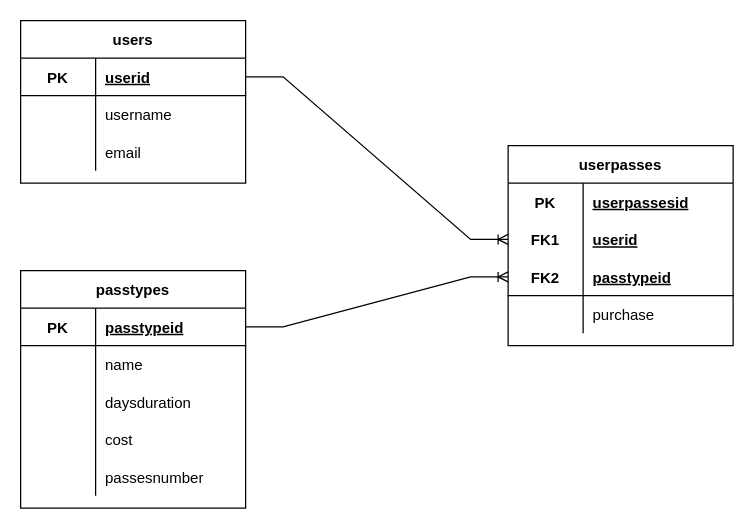
Above: er_diagram.drawio in Diego-Hiriart/Minicore-Backend (draw.io), before the change. Source tidied: cells renumbered, new cells numbered last; positions are measured from the earlier drawing's top-left corner, leaving out a move shared by most shapes. Both pictures are drawn from the tidied source at 125%, with x=0, y=0 at pixel (20, 20).
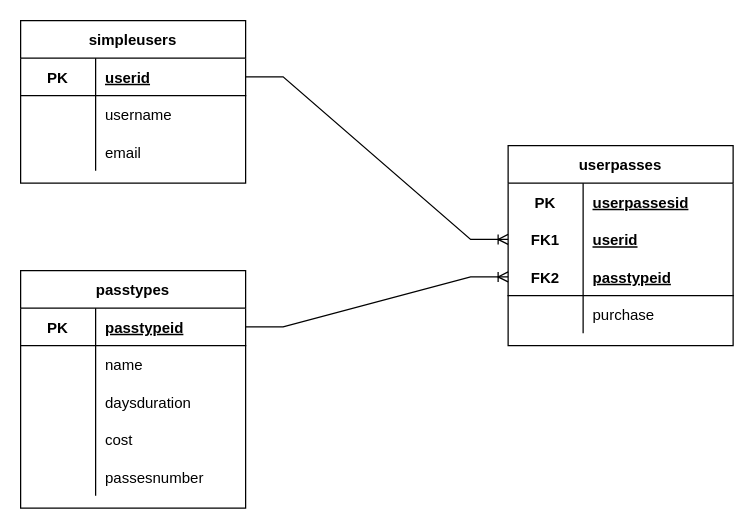
Above is the later version.

What changed in the source:
```diff
@@
-    <mxCell id="2" value="users" style="shape=table;startSize=30;childLayout=tableLayout;rowLines=0;fontStyle=1;align=center;" parent="1" vertex="1">
+    <mxCell id="2" value="simpleusers" style="shape=table;startSize=30;childLayout=tableLayout;rowLines=0;fontStyle=1;align=center;" parent="1" vertex="1">
       <mxGeometry width="180" height="130" as="geometry" />
     </mxCell>
```
